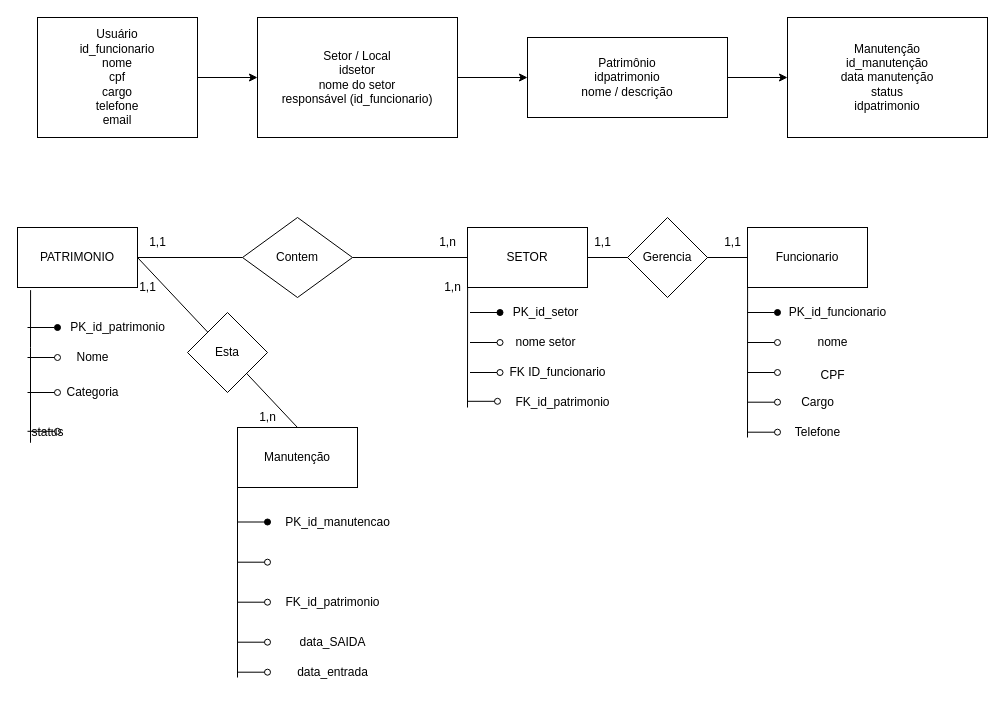
The draw.io diagram patrimonio.drawio in EduhReis/GerPatrimonio, before the edit. Source tidied: cells renumbered, new cells numbered last; positions are measured from the earlier drawing's top-left corner, leaving out a move shared by most shapes. Both pictures are drawn from the tidied source at 100%, with x=0, y=0 at pixel (17, 17).
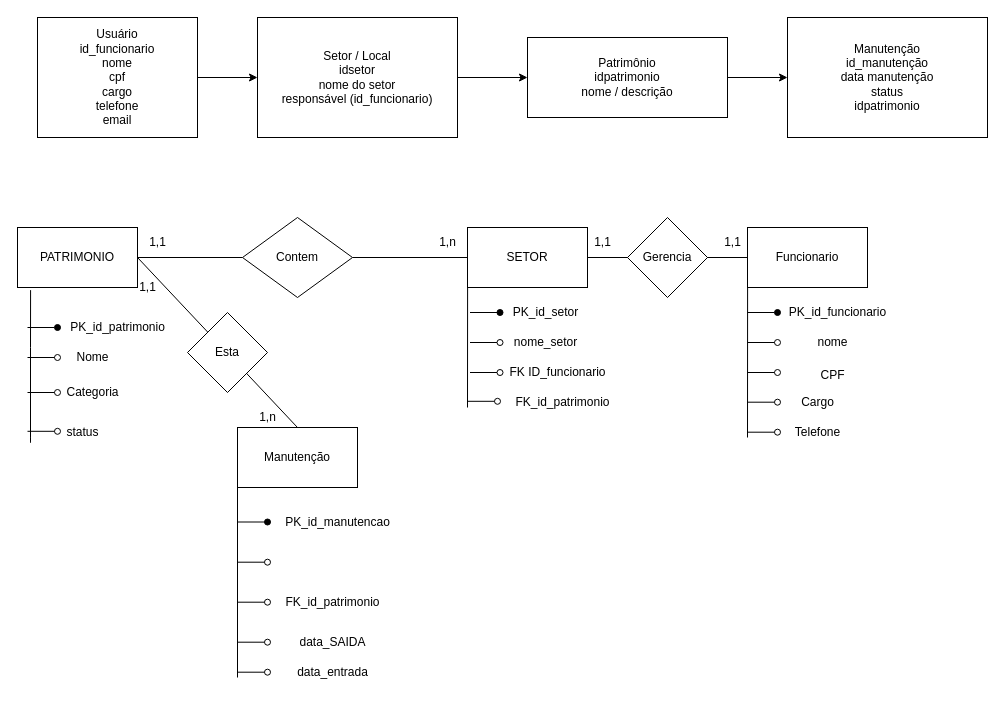
The same diagram, later.

Commit message (it also covers changes not shown here):
Ajustes DER

Change to the diagram source:
```diff
@@
-    <mxCell id="49" value="nome setor" style="text;html=1;align=center;verticalAlign=middle;strokeColor=none;fillColor=none;" parent="1" vertex="1">
-      <mxGeometry x="487.5" y="310" width="80" height="30" as="geometry" />
+    <mxCell id="49" value="nome_setor" style="text;html=1;align=center;verticalAlign=middle;strokeColor=none;fillColor=none;" parent="1" vertex="1">
+      <mxGeometry x="482.5" y="310" width="90" height="30" as="geometry" />
     </mxCell>
@@
-    <mxCell id="58" value="1,n" style="text;html=1;align=center;verticalAlign=middle;strokeColor=none;fillColor=none;" parent="1" vertex="1">
-      <mxGeometry x="415" y="255" width="40" height="30" as="geometry" />
-    </mxCell>
@@
     <mxCell id="62" value="status" style="text;html=1;align=center;verticalAlign=middle;strokeColor=none;fillColor=none;" parent="1" vertex="1">
-      <mxGeometry y="400" width="60" height="30" as="geometry" />
+      <mxGeometry x="35" y="400" width="60" height="30" as="geometry" />
     </mxCell>
```
